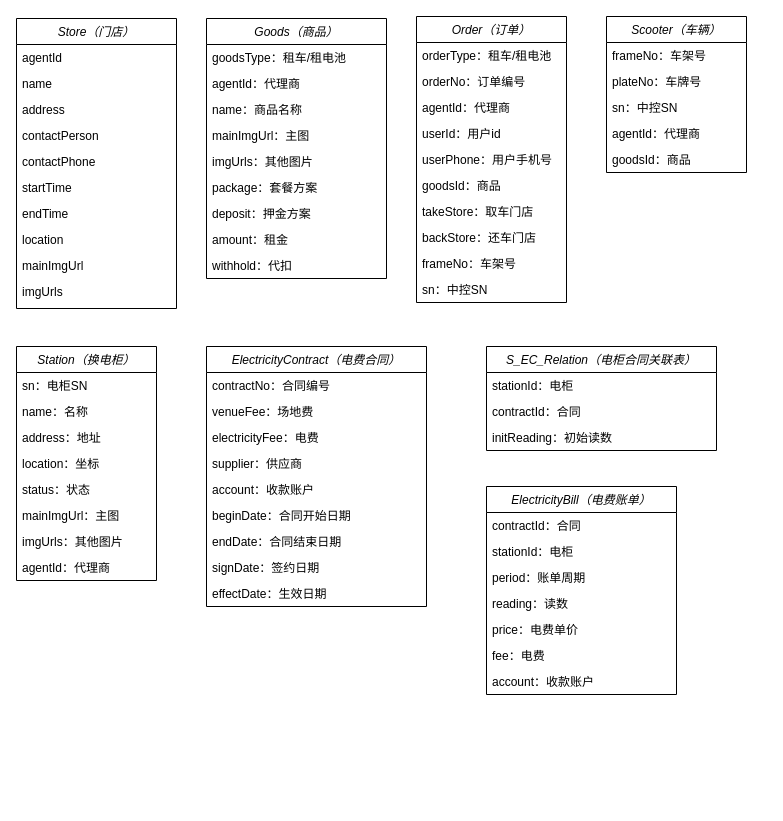
The draw.io diagram 换电SaaS平台.drawio in vikey5210000/diagrams, before the edit. Source tidied: cells renumbered, new cells numbered last; positions are measured from the earlier drawing's top-left corner, leaving out a move shared by most shapes. Both pictures are drawn from the tidied source at 100%, with x=0, y=0 at pixel (16, 16).
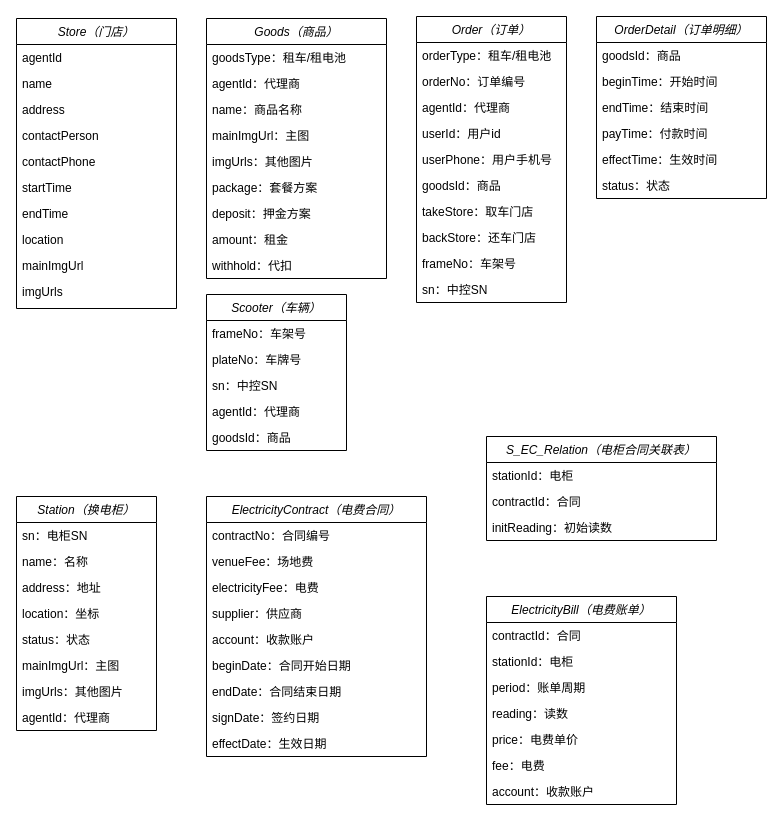
The same diagram, later.

Commit message:
新增订单明细表

Diff of the diagram source:
```diff
@@
     <mxCell id="23" value="Scooter（车辆）" style="swimlane;fontStyle=2;horizontal=1;startSize=26;fillColor=none;" parent="1" vertex="1">
-      <mxGeometry x="590" width="140" height="156" as="geometry" />
+      <mxGeometry x="190" y="278" width="140" height="156" as="geometry" />
     </mxCell>
@@
     <mxCell id="40" value="Station（换电柜）" style="swimlane;fontStyle=2;horizontal=1;startSize=26;fillColor=none;" parent="1" vertex="1">
-      <mxGeometry y="330" width="140" height="234" as="geometry" />
+      <mxGeometry y="480" width="140" height="234" as="geometry" />
     </mxCell>
@@
     <mxCell id="49" value="ElectricityContract（电费合同）" style="swimlane;fontStyle=2;horizontal=1;startSize=26;fillColor=none;" parent="1" vertex="1">
-      <mxGeometry x="190" y="330" width="220" height="260" as="geometry" />
+      <mxGeometry x="190" y="480" width="220" height="260" as="geometry" />
     </mxCell>
@@
     <mxCell id="59" value="S_EC_Relation（电柜合同关联表）" style="swimlane;fontStyle=2;horizontal=1;startSize=26;fillColor=none;" parent="1" vertex="1">
-      <mxGeometry x="470" y="330" width="230" height="104" as="geometry" />
+      <mxGeometry x="470" y="420" width="230" height="104" as="geometry" />
     </mxCell>
@@
     <mxCell id="63" value="ElectricityBill（电费账单）" style="swimlane;fontStyle=2;horizontal=1;startSize=26;fillColor=none;" parent="1" vertex="1">
-      <mxGeometry x="470" y="470" width="190" height="208" as="geometry" />
+      <mxGeometry x="470" y="580" width="190" height="208" as="geometry" />
     </mxCell>
@@
+    <mxCell id="71" value="OrderDetail（订单明细）" style="swimlane;fontStyle=2;horizontal=1;startSize=26;fillColor=none;" parent="1" vertex="1">
+      <mxGeometry x="580" width="170" height="182" as="geometry" />
+    </mxCell>
+    <mxCell id="72" value="goodsId：商品" style="text;strokeColor=none;fillColor=none;align=left;verticalAlign=top;spacingLeft=4;spacingRight=4;overflow=hidden;" parent="71" vertex="1">
+      <mxGeometry y="26" width="170" height="26" as="geometry" />
+    </mxCell>
+    <mxCell id="73" value="beginTime：开始时间" style="text;strokeColor=none;fillColor=none;align=left;verticalAlign=top;spacingLeft=4;spacingRight=4;overflow=hidden;" parent="71" vertex="1">
+      <mxGeometry y="52" width="170" height="26" as="geometry" />
+    </mxCell>
+    <mxCell id="74" value="endTime：结束时间" style="text;strokeColor=none;fillColor=none;align=left;verticalAlign=top;spacingLeft=4;spacingRight=4;overflow=hidden;" parent="71" vertex="1">
+      <mxGeometry y="78" width="170" height="26" as="geometry" />
+    </mxCell>
+    <mxCell id="75" value="payTime：付款时间" style="text;strokeColor=none;fillColor=none;align=left;verticalAlign=top;spacingLeft=4;spacingRight=4;overflow=hidden;" parent="71" vertex="1">
+      <mxGeometry y="104" width="170" height="26" as="geometry" />
+    </mxCell>
+    <mxCell id="76" value="effectTime：生效时间" style="text;strokeColor=none;fillColor=none;align=left;verticalAlign=top;spacingLeft=4;spacingRight=4;overflow=hidden;" parent="71" vertex="1">
+      <mxGeometry y="130" width="170" height="26" as="geometry" />
+    </mxCell>
+    <mxCell id="77" value="status：状态" style="text;strokeColor=none;fillColor=none;align=left;verticalAlign=top;spacingLeft=4;spacingRight=4;overflow=hidden;" parent="71" vertex="1">
+      <mxGeometry y="156" width="170" height="26" as="geometry" />
+    </mxCell>
```
